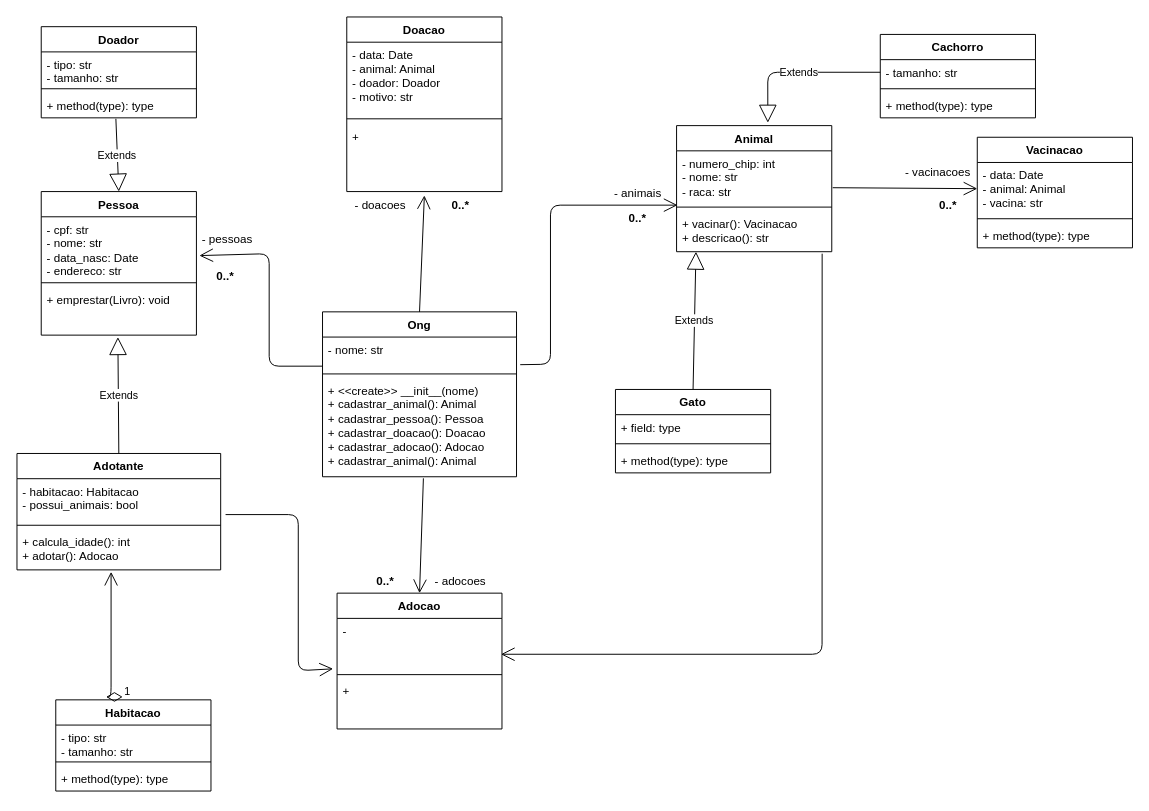
The draw.io diagram AdoçõesONG(Classes).drawio in ChrisBarlera/Trabalho-DSOO1, before the edit. Source tidied: cells renumbered, new cells numbered last; positions are measured from the earlier drawing's top-left corner, leaving out a move shared by most shapes. Both pictures are drawn from the tidied source at 97%, with x=0, y=0 at pixel (16, 16).
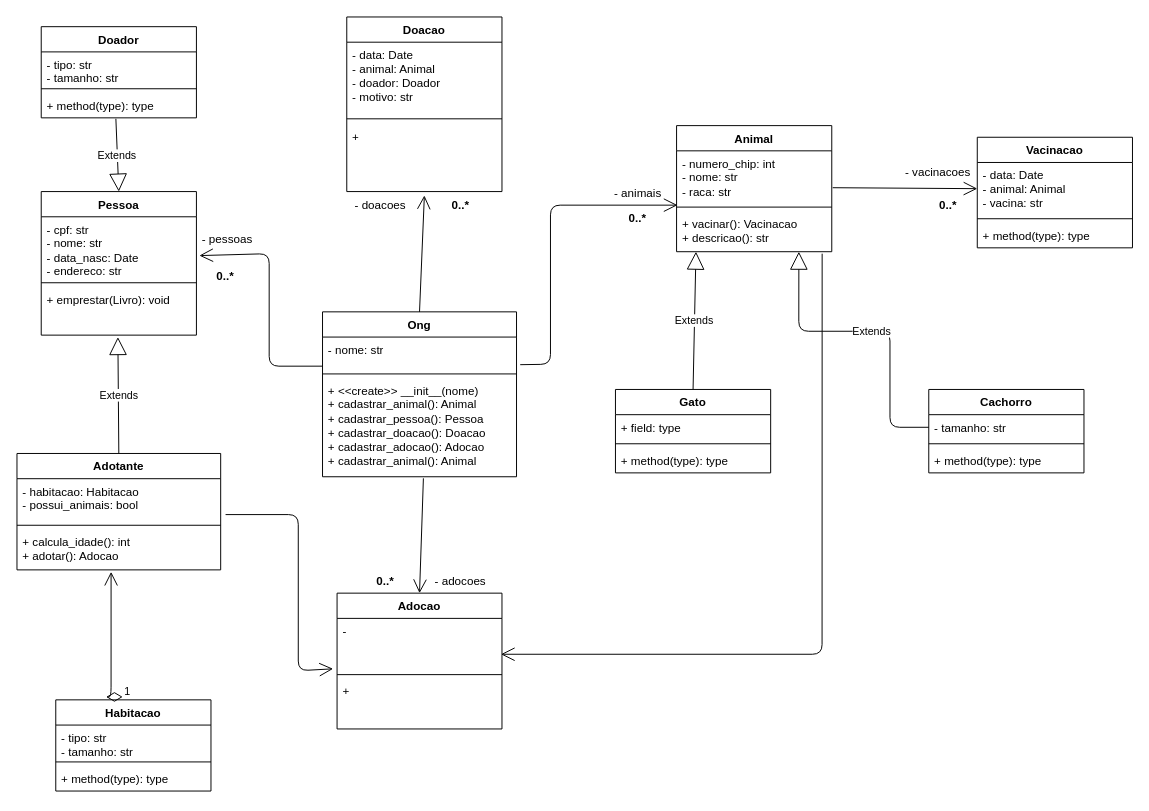
The same diagram, later.

Commit message (it also covers changes not shown here):
iniciando implementação

Unchanged cells that the change refers to:
```xml
<mxCell id="18" value="Animal" style="swimlane;fontStyle=1;align=center;verticalAlign=top;horizontal=1;startSize=26;whiteSpace=wrap;html=1;" parent="1" vertex="1">
  <mxGeometry x="680" y="112" width="160" height="130" as="geometry" />
</mxCell>
<mxCell id="21" value="+ vacinar(): Vacinacao&lt;div&gt;+ descricao(): str&lt;br&gt;&lt;/div&gt;" style="text;strokeColor=none;fillColor=none;align=left;verticalAlign=top;spacingLeft=4;spacingRight=4;overflow=hidden;points=[[0,0.5],[1,0.5]];portConstraint=eastwest;whiteSpace=wrap;html=1;" parent="18" vertex="1">
  <mxGeometry y="88" width="160" height="42" as="geometry" />
</mxCell>
<mxCell id="27" value="- tamanho: str" style="text;strokeColor=none;fillColor=none;align=left;verticalAlign=top;spacingLeft=4;spacingRight=4;overflow=hidden;points=[[0,0.5],[1,0.5]];portConstraint=eastwest;" parent="26" vertex="1">
  <mxGeometry y="26" width="160" height="26" as="geometry" />
</mxCell>
```

Change to the diagram source:
```diff
@@
     <mxCell id="26" value="Cachorro" style="swimlane;fontStyle=1;align=center;verticalAlign=top;horizontal=1;startSize=26;" parent="1" vertex="1">
-      <mxGeometry x="890" y="18" width="160" height="86" as="geometry" />
+      <mxGeometry x="940" y="384" width="160" height="86" as="geometry" />
     </mxCell>
@@
-    <mxCell id="31" value="Extends" style="endArrow=block;endSize=16;endFill=0;html=1;exitX=0;exitY=0.5;exitDx=0;exitDy=0;entryX=0.588;entryY=-0.023;entryDx=0;entryDy=0;entryPerimeter=0;" parent="1" edge="1" source="27" target="18">
+    <mxCell id="31" value="Extends" style="endArrow=block;endSize=16;endFill=0;html=1;exitX=0;exitY=0.5;exitDx=0;exitDy=0;entryX=0.788;entryY=1;entryDx=0;entryDy=0;entryPerimeter=0;" parent="1" edge="1" source="27" target="21">
       <mxGeometry relative="1" as="geometry">
         <Array as="points">
-          <mxPoint x="774" y="57" />
+          <mxPoint x="900" y="423" />
+          <mxPoint x="900" y="324" />
+          <mxPoint x="806" y="324" />
         </Array>
       </mxGeometry>
     </mxCell>
```
